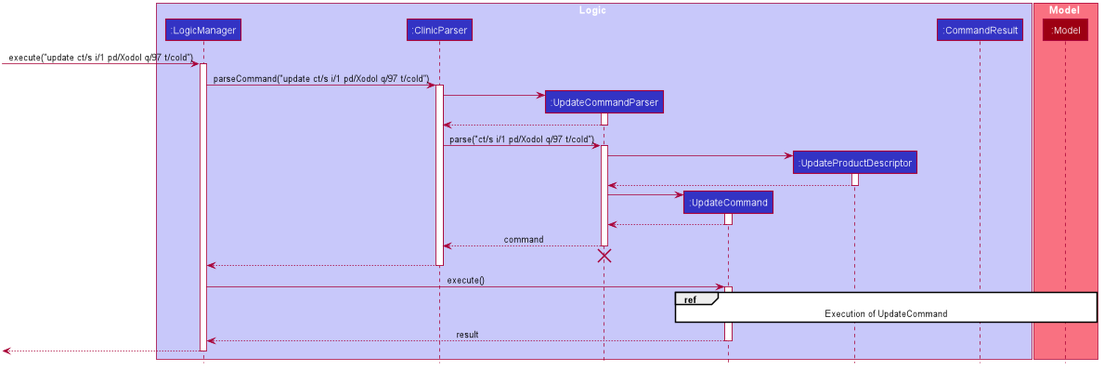
tohyuting/tp keeps this PlantUML diagram as docs/images/UpdateCommandSequenceDiagram.png. Above is the earlier version.
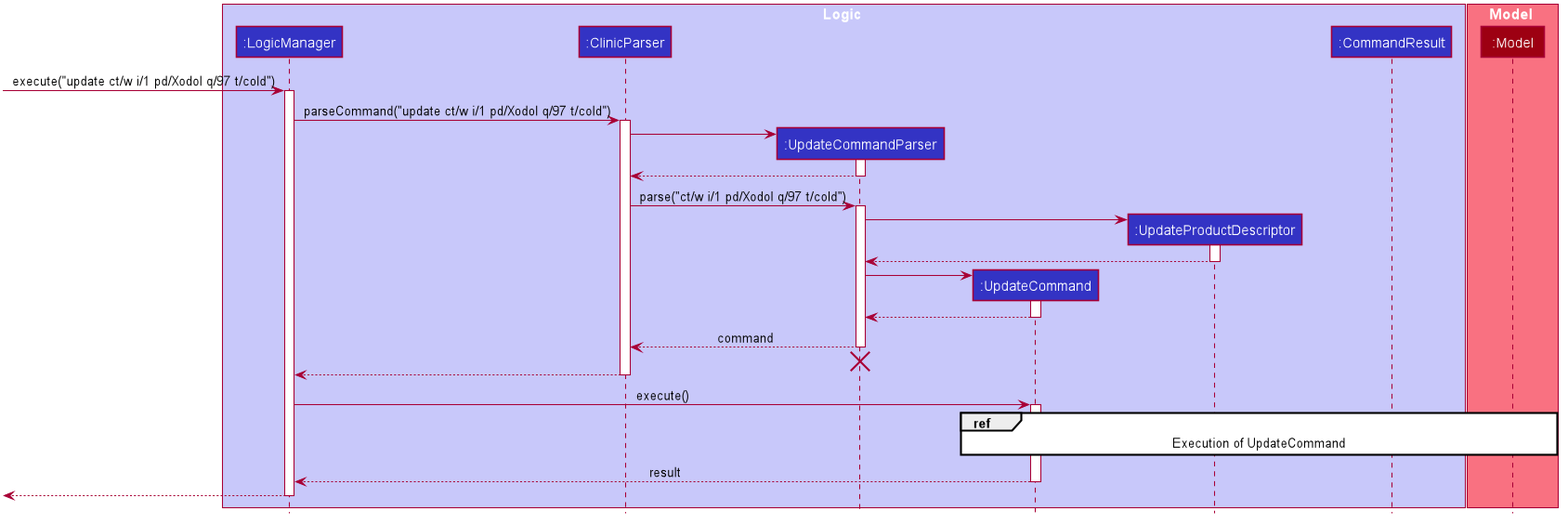
After the change.

Diff of the diagram source:
```diff
@@ -61,10 +61,10 @@
 participant ":Model" as Model #9D0012
 end box
 
-[-> LogicManager : execute("update ct/s i/1 pd/Xodol q/97 t/cold")
+[-> LogicManager : execute("update ct/w i/1 pd/Xodol q/97 t/cold")
 activate LogicManager
 
-LogicManager -> ClinicParser : parseCommand("update ct/s i/1 pd/Xodol q/97 t/cold")
+LogicManager -> ClinicParser : parseCommand("update ct/w i/1 pd/Xodol q/97 t/cold")
 activate ClinicParser
 
 create UpdateCommandParser
@@ -74,7 +74,7 @@
 UpdateCommandParser --> ClinicParser
 deactivate UpdateCommandParser
 
-ClinicParser -> UpdateCommandParser : parse("ct/s i/1 pd/Xodol q/97 t/cold")
+ClinicParser -> UpdateCommandParser : parse("ct/w i/1 pd/Xodol q/97 t/cold")
 activate UpdateCommandParser
 
 create UpdateProductDescriptor
```
